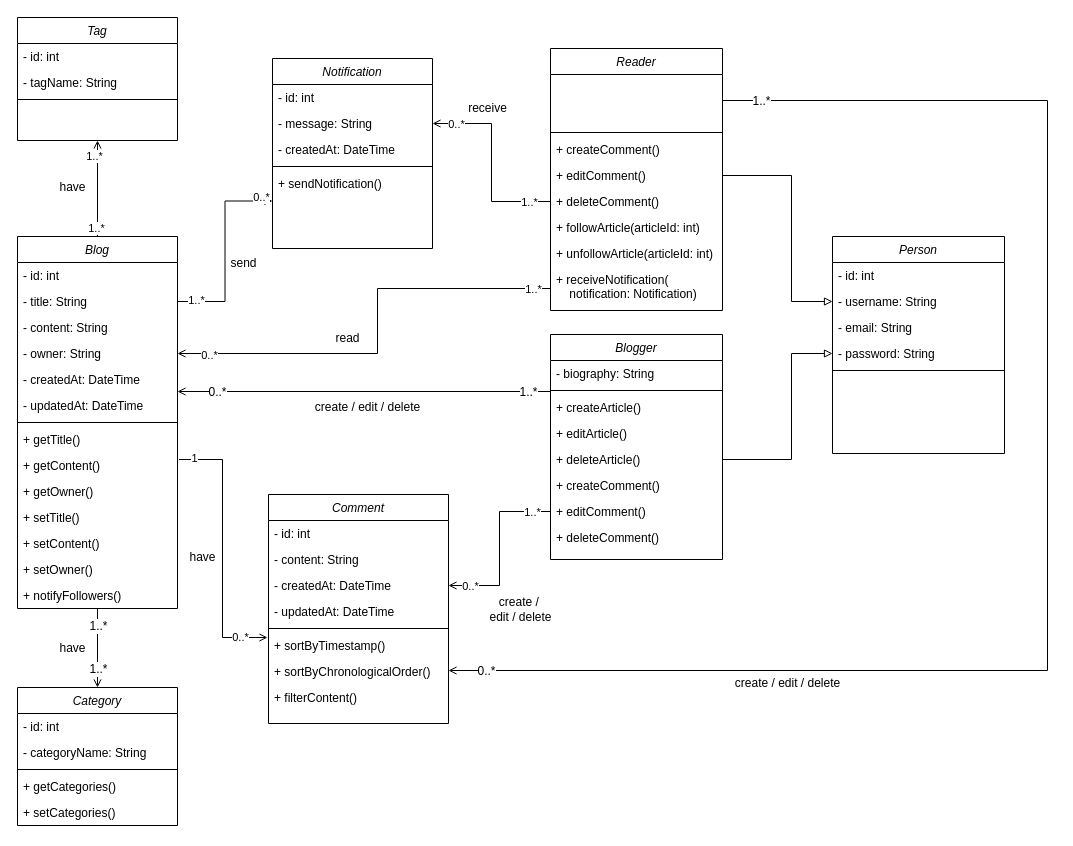
The draw.io diagram UML-Diagramm.drawio in SteffiHe/blog_board_backend, before the edit. Source tidied: cells renumbered, new cells numbered last; positions are measured from the earlier drawing's top-left corner, leaving out a move shared by most shapes. Both pictures are drawn from the tidied source at 100%, with x=0, y=0 at pixel (17, 17).
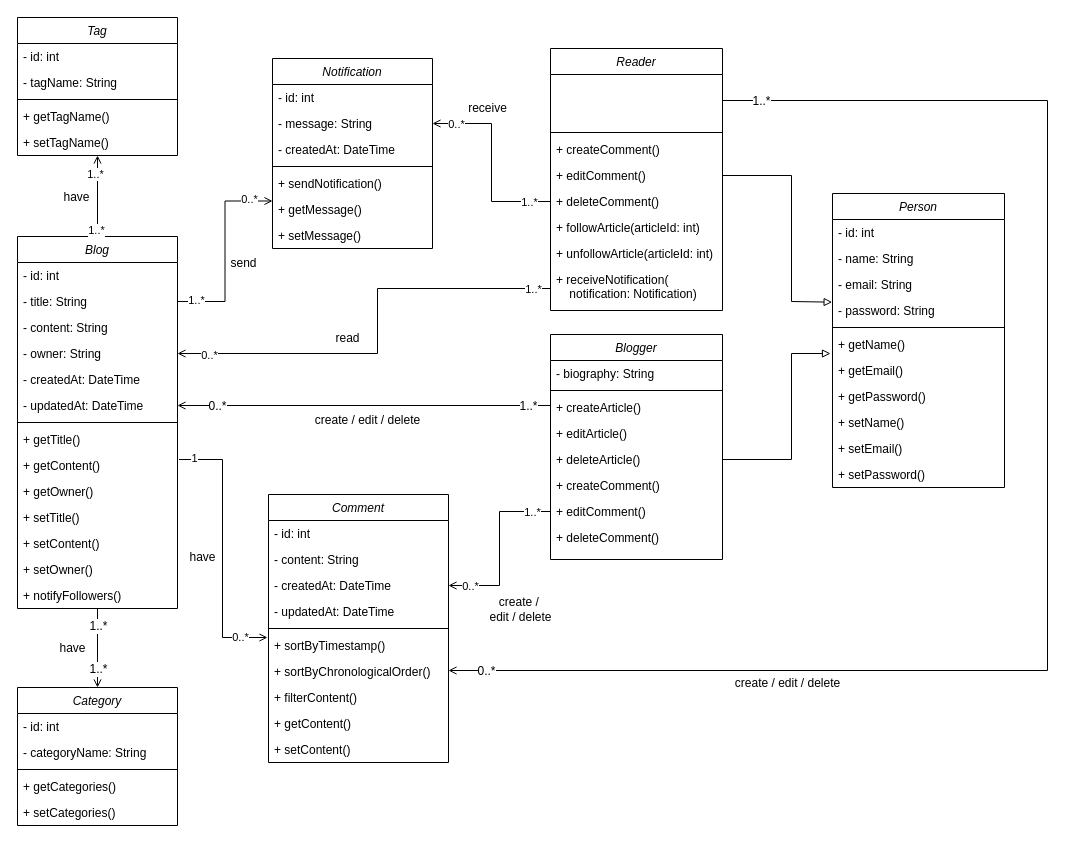
Above is the later version.

Commit message (it also covers changes not shown here):
UML-Diagramm aktualisiert

The change refers to these unchanged cells:
```xml
<mxCell id="7" value="+ deleteArticle()" style="text;align=left;verticalAlign=top;spacingLeft=4;spacingRight=4;overflow=hidden;points=[[0,0.5],[1,0.5]];portConstraint=eastwest;" parent="2" vertex="1">
  <mxGeometry y="112" width="172" height="26" as="geometry" />
</mxCell>
<mxCell id="20" value="- updatedAt: DateTime" style="text;align=left;verticalAlign=top;spacingLeft=4;spacingRight=4;overflow=hidden;points=[[0,0.5],[1,0.5]];portConstraint=eastwest;rounded=0;shadow=0;html=0;" parent="14" vertex="1">
  <mxGeometry y="156" width="160" height="26" as="geometry" />
</mxCell>
<mxCell id="47" value="Notification" style="swimlane;fontStyle=2;align=center;verticalAlign=top;horizontal=1;startSize=26;rounded=0;shadow=0;strokeWidth=1;" parent="1" vertex="1">
  <mxGeometry x="255" y="41" width="160" height="190" as="geometry" />
</mxCell>
<mxCell id="63" style="edgeStyle=orthogonalEdgeStyle;rounded=0;jettySize=auto;html=1;endArrow=open;endFill=0;exitX=1;exitY=0.5;exitDx=0;exitDy=0;entryX=0;entryY=0.75;entryDx=0;entryDy=0;" parent="1" edge="1" source="16" target="47">
  <mxGeometry relative="1" as="geometry" />
</mxCell>
<mxCell id="67" style="edgeStyle=orthogonalEdgeStyle;rounded=0;jettySize=auto;html=1;endArrow=open;endFill=0;exitX=0.5;exitY=0;exitDx=0;exitDy=0;entryX=0.5;entryY=1;entryDx=0;entryDy=0;" parent="1" edge="1" source="14" target="53">
  <mxGeometry relative="1" as="geometry" />
</mxCell>
<mxCell id="83" value="- password: String" style="text;align=left;verticalAlign=top;spacingLeft=4;spacingRight=4;overflow=hidden;points=[[0,0.5],[1,0.5]];portConstraint=eastwest;rounded=0;shadow=0;html=0;" parent="79" vertex="1">
  <mxGeometry y="104" width="172" height="26" as="geometry" />
</mxCell>
<mxCell id="89" value="+ editComment()" style="text;align=left;verticalAlign=top;spacingLeft=4;spacingRight=4;overflow=hidden;points=[[0,0.5],[1,0.5]];portConstraint=eastwest;" parent="85" vertex="1">
  <mxGeometry y="114" width="172" height="26" as="geometry" />
</mxCell>
```

Diff of the diagram source:
```diff
@@
-    <mxCell id="29" style="edgeStyle=orthogonalEdgeStyle;rounded=0;orthogonalLoop=1;jettySize=auto;html=1;endArrow=none;endFill=0;shadow=0;startArrow=open;startFill=0;" parent="1" edge="1">
+    <mxCell id="29" style="edgeStyle=orthogonalEdgeStyle;rounded=0;jettySize=auto;html=1;endArrow=none;endFill=0;shadow=0;startArrow=open;startFill=0;exitX=1;exitY=0.5;exitDx=0;exitDy=0;" parent="1" edge="1" source="20">
       <mxGeometry relative="1" as="geometry">
-        <mxPoint x="160" y="374" as="sourcePoint" />
-        <mxPoint x="530" y="374" as="targetPoint" />
+        <mxPoint x="530" y="388" as="targetPoint" />
         <Array as="points">
-          <mxPoint x="533" y="374" />
+          <mxPoint x="533" y="388" />
         </Array>
       </mxGeometry>
     </mxCell>
@@
     <mxCell id="32" value="Comment" style="swimlane;fontStyle=2;align=center;verticalAlign=top;horizontal=1;startSize=26;rounded=0;shadow=0;strokeWidth=1;" parent="1" vertex="1">
-      <mxGeometry x="251" y="477" width="180" height="229" as="geometry" />
+      <mxGeometry x="251" y="477" width="180" height="268" as="geometry" />
     </mxCell>
@@
+    <mxCell id="104" value="+ getContent()" style="text;align=left;verticalAlign=top;spacingLeft=4;spacingRight=4;overflow=hidden;" parent="32" vertex="1">
+      <mxGeometry y="216" width="180" height="26" as="geometry" />
+    </mxCell>
+    <mxCell id="105" value="+ setContent()" style="text;align=left;verticalAlign=top;spacingLeft=4;spacingRight=4;overflow=hidden;" parent="32" vertex="1">
+      <mxGeometry y="242" width="180" height="26" as="geometry" />
+    </mxCell>
@@
+    <mxCell id="106" value="+ getMessage()" style="text;align=left;verticalAlign=top;spacingLeft=4;spacingRight=4;overflow=hidden;" parent="47" vertex="1">
+      <mxGeometry y="138" width="160" height="26" as="geometry" />
+    </mxCell>
+    <mxCell id="107" value="+ setMessage()" style="text;align=left;verticalAlign=top;spacingLeft=4;spacingRight=4;overflow=hidden;" parent="47" vertex="1">
+      <mxGeometry y="164" width="160" height="26" as="geometry" />
+    </mxCell>
     <mxCell id="53" value="Tag" style="swimlane;fontStyle=2;align=center;verticalAlign=top;horizontal=1;startSize=26;rounded=0;shadow=0;strokeWidth=1;" parent="1" vertex="1">
-      <mxGeometry width="160" height="123" as="geometry" />
+      <mxGeometry width="160" height="138" as="geometry" />
     </mxCell>
@@
+    <mxCell id="108" value="+ getTagName()" style="text;align=left;verticalAlign=top;spacingLeft=4;spacingRight=4;overflow=hidden;" parent="53" vertex="1">
+      <mxGeometry y="86" width="160" height="26" as="geometry" />
+    </mxCell>
+    <mxCell id="109" value="+ setTagName()" style="text;align=left;verticalAlign=top;spacingLeft=4;spacingRight=4;overflow=hidden;" parent="53" vertex="1">
+      <mxGeometry y="112" width="160" height="26" as="geometry" />
+    </mxCell>
     <mxCell id="57" value="create / edit /&amp;nbsp;&lt;span style=&quot;background-color: initial;&quot;&gt;delete&lt;/span&gt;" style="text;html=1;align=center;verticalAlign=middle;strokeColor=none;fillColor=none;" parent="1" vertex="1">
-      <mxGeometry x="285" y="375" width="130" height="30" as="geometry" />
+      <mxGeometry x="285" y="388" width="130" height="30" as="geometry" />
     </mxCell>
@@
     <mxCell id="64" value="0..*" style="edgeLabel;html=1;align=center;verticalAlign=middle;" parent="63" vertex="1">
       <mxGeometry x="0.68" y="2" relative="1" as="geometry">
-        <mxPoint x="20" y="-2" as="offset" />
+        <mxPoint x="8" as="offset" />
       </mxGeometry>
     </mxCell>
@@
     <mxCell id="68" value="1..*" style="edgeLabel;html=1;align=center;verticalAlign=middle;" parent="67" vertex="1">
       <mxGeometry x="0.65" y="3" relative="1" as="geometry">
-        <mxPoint x="-1" y="-2" as="offset" />
+        <mxPoint y="4" as="offset" />
       </mxGeometry>
     </mxCell>
@@
     <mxCell id="70" value="have" style="text;html=1;align=center;verticalAlign=middle;strokeColor=none;fillColor=none;" parent="1" vertex="1">
-      <mxGeometry x="30" y="155" width="50" height="30" as="geometry" />
+      <mxGeometry x="34" y="165" width="50" height="30" as="geometry" />
     </mxCell>
@@
     <mxCell id="79" value="Person" style="swimlane;fontStyle=2;align=center;verticalAlign=top;horizontal=1;startSize=26;rounded=0;shadow=0;strokeWidth=1;" parent="1" vertex="1">
-      <mxGeometry x="815" y="219" width="172" height="217" as="geometry" />
+      <mxGeometry x="815" y="176" width="172" height="294" as="geometry" />
     </mxCell>
@@
-    <mxCell id="81" value="- username: String" style="text;align=left;verticalAlign=top;spacingLeft=4;spacingRight=4;overflow=hidden;points=[[0,0.5],[1,0.5]];portConstraint=eastwest;rounded=0;shadow=0;html=0;" parent="79" vertex="1">
+    <mxCell id="81" value="- name: String" style="text;align=left;verticalAlign=top;spacingLeft=4;spacingRight=4;overflow=hidden;points=[[0,0.5],[1,0.5]];portConstraint=eastwest;rounded=0;shadow=0;html=0;" parent="79" vertex="1">
       <mxGeometry y="52" width="172" height="26" as="geometry" />
     </mxCell>
@@
+    <mxCell id="110" value="+ getName()" style="text;align=left;verticalAlign=top;spacingLeft=4;spacingRight=4;overflow=hidden;rounded=0;shadow=0;html=0;" parent="79" vertex="1">
+      <mxGeometry y="138" width="172" height="26" as="geometry" />
+    </mxCell>
+    <mxCell id="111" value="+ getEmail()" style="text;align=left;verticalAlign=top;spacingLeft=4;spacingRight=4;overflow=hidden;rounded=0;shadow=0;html=0;" parent="79" vertex="1">
+      <mxGeometry y="164" width="172" height="26" as="geometry" />
+    </mxCell>
+    <mxCell id="112" value="+ getPassword()" style="text;align=left;verticalAlign=top;spacingLeft=4;spacingRight=4;overflow=hidden;rounded=0;shadow=0;html=0;" parent="79" vertex="1">
+      <mxGeometry y="190" width="172" height="26" as="geometry" />
+    </mxCell>
+    <mxCell id="113" value="+ setName()" style="text;align=left;verticalAlign=top;spacingLeft=4;spacingRight=4;overflow=hidden;rounded=0;shadow=0;html=0;" parent="79" vertex="1">
+      <mxGeometry y="216" width="172" height="26" as="geometry" />
+    </mxCell>
+    <mxCell id="114" value="+ setEmail()" style="text;align=left;verticalAlign=top;spacingLeft=4;spacingRight=4;overflow=hidden;rounded=0;shadow=0;html=0;" parent="79" vertex="1">
+      <mxGeometry y="242" width="172" height="26" as="geometry" />
+    </mxCell>
+    <mxCell id="115" value="+ setPassword()" style="text;align=left;verticalAlign=top;spacingLeft=4;spacingRight=4;overflow=hidden;rounded=0;shadow=0;html=0;" parent="79" vertex="1">
+      <mxGeometry y="268" width="172" height="26" as="geometry" />
+    </mxCell>
@@
-    <mxCell id="94" style="endArrow=block;html=1;rounded=0;entryX=0;entryY=0.5;entryDx=0;entryDy=0;endFill=0;exitX=1;exitY=0.5;exitDx=0;exitDy=0;" parent="1" edge="1" source="7" target="83">
+    <mxCell id="94" style="endArrow=block;html=1;rounded=0;endFill=0;exitX=1;exitY=0.5;exitDx=0;exitDy=0;" parent="1" edge="1" source="7">
       <mxGeometry relative="1" as="geometry">
+        <mxPoint x="813" y="336" as="targetPoint" />
         <Array as="points">
           <mxPoint x="774" y="442" />
           <mxPoint x="774" y="336" />
         </Array>
       </mxGeometry>
     </mxCell>
@@
-    <mxCell id="99" style="endArrow=block;html=1;rounded=0;exitX=1;exitY=0.5;exitDx=0;exitDy=0;entryX=0;entryY=0.5;entryDx=0;entryDy=0;endFill=0;" parent="1" edge="1" source="89" target="81">
+    <mxCell id="99" style="endArrow=block;html=1;rounded=0;exitX=1;exitY=0.5;exitDx=0;exitDy=0;endFill=0;entryX=-0.002;entryY=0.179;entryDx=0;entryDy=0;entryPerimeter=0;" parent="1" edge="1" source="89" target="83">
       <mxGeometry relative="1" as="geometry">
         <Array as="points">
           <mxPoint x="774" y="158" />
           <mxPoint x="774" y="284" />
         </Array>
       </mxGeometry>
     </mxCell>
```
